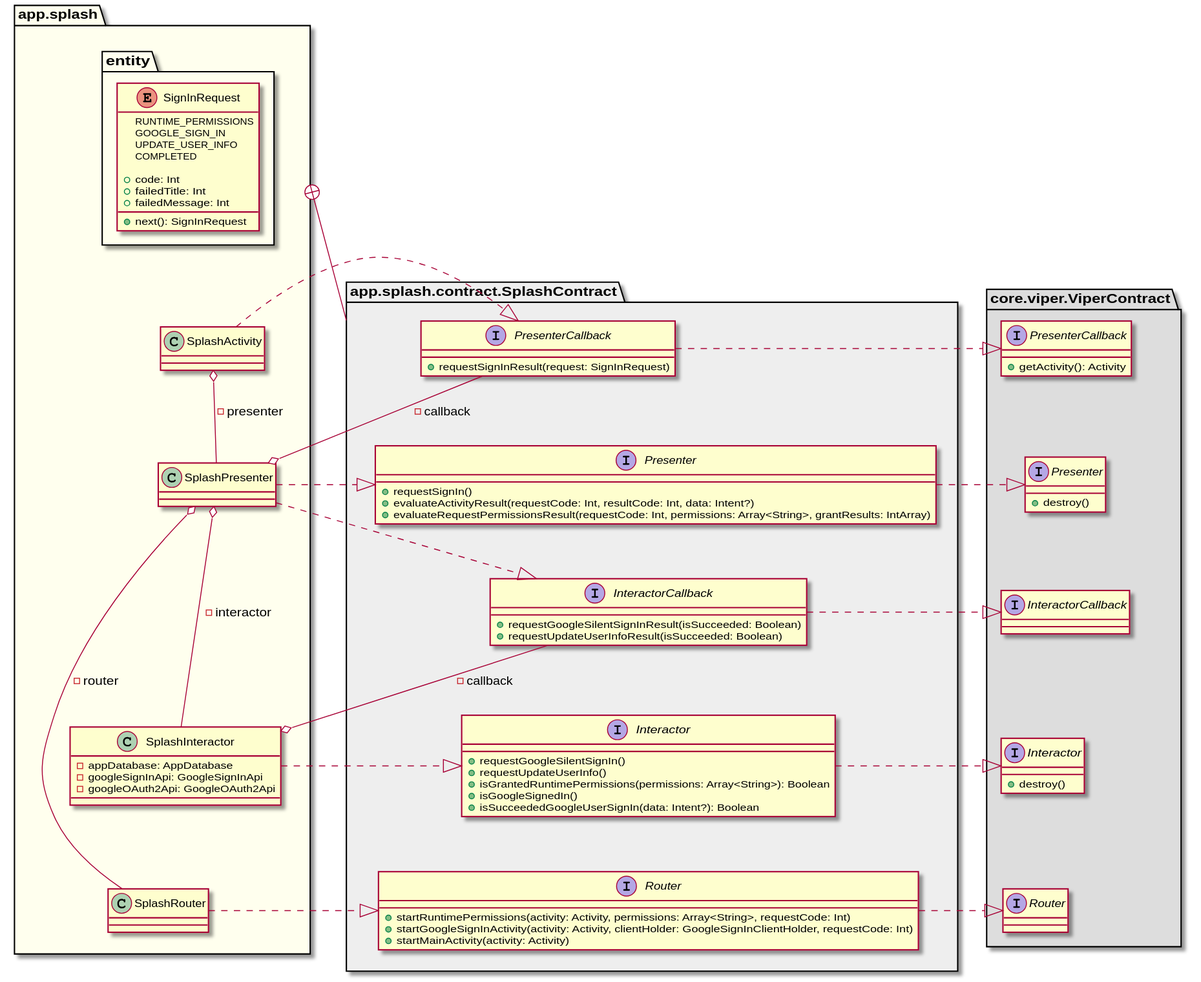
Above: uml/splash/class_diagram_splash_viper.svg in sallyluenoa/PhotoSlideShow (PlantUML), before the change.
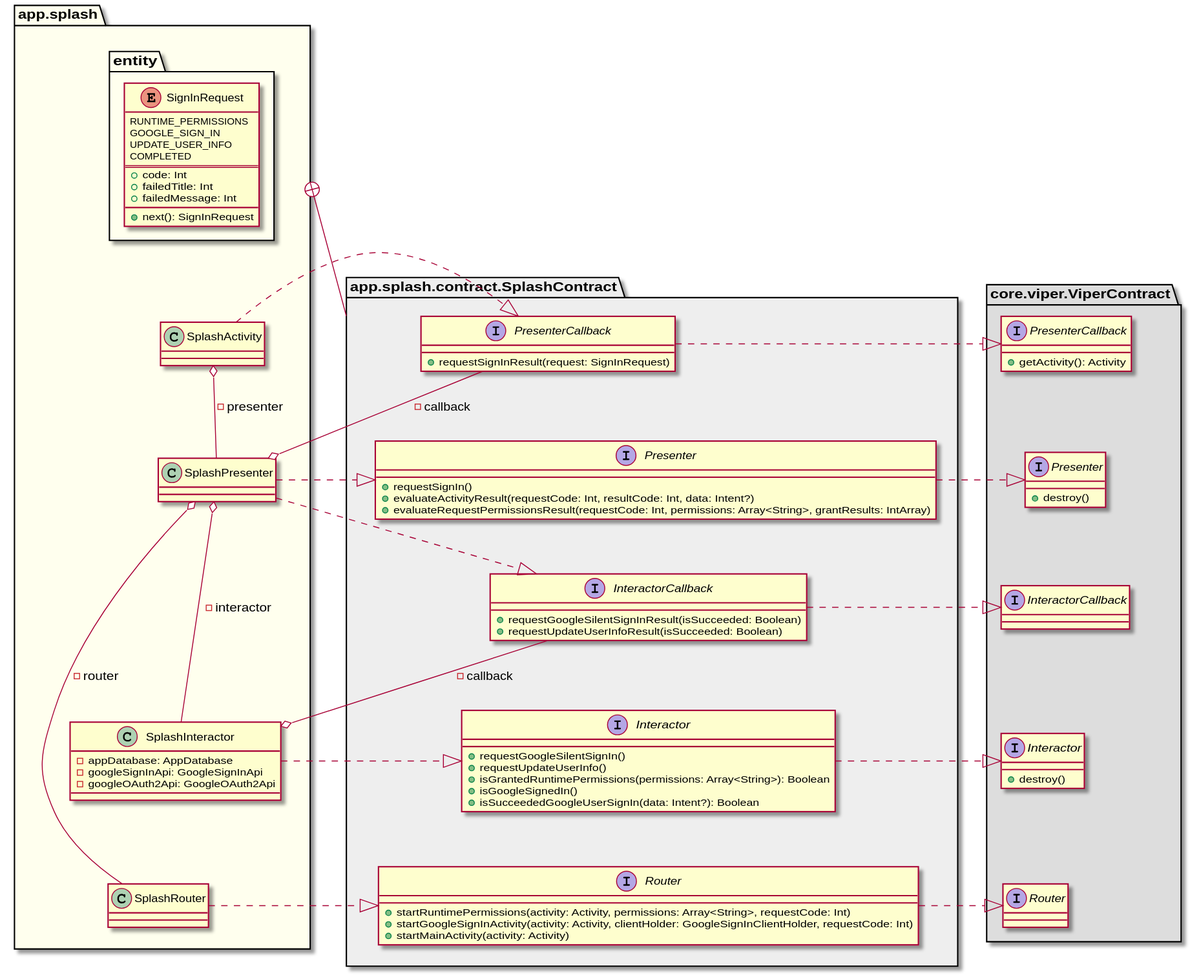
Above is the later version.

Commit message:
Write UML for design #13

Diff of the diagram source:
```diff
@@ -7,10 +7,11 @@
       GOOGLE_SIGN_IN
       UPDATE_USER_INFO
       COMPLETED
-
+      ==
       + code: Int
       + failedTitle: Int
       + failedMessage: Int
+      __
       + next(): SignInRequest
     }
 
```
